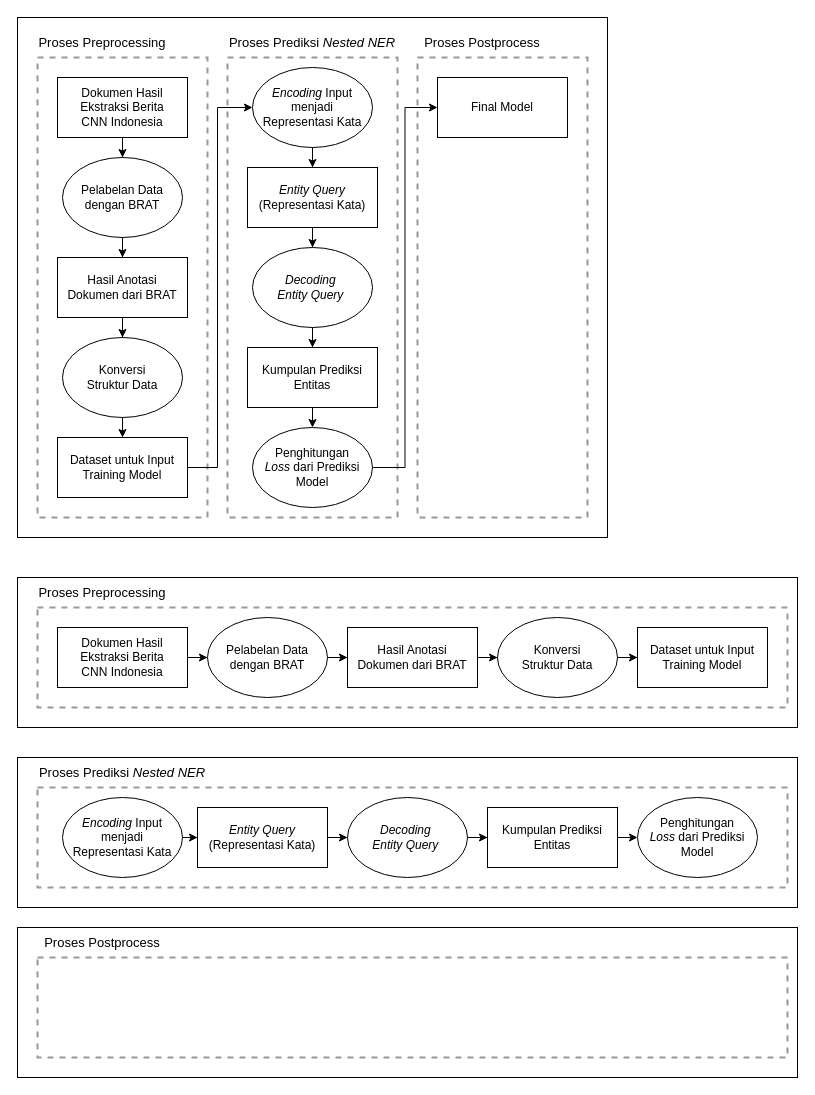
This is REFERENCES/Bab 3/[TA] Arsitektur Sistem.drawio from nikkivalen/buku_ta_lagi, a draw.io file, before an edit. Source tidied: cells renumbered, new cells numbered last; positions are measured from the earlier drawing's top-left corner, leaving out a move shared by most shapes. Both pictures are drawn from the tidied source at 100%, with x=0, y=0 at pixel (17, 17).
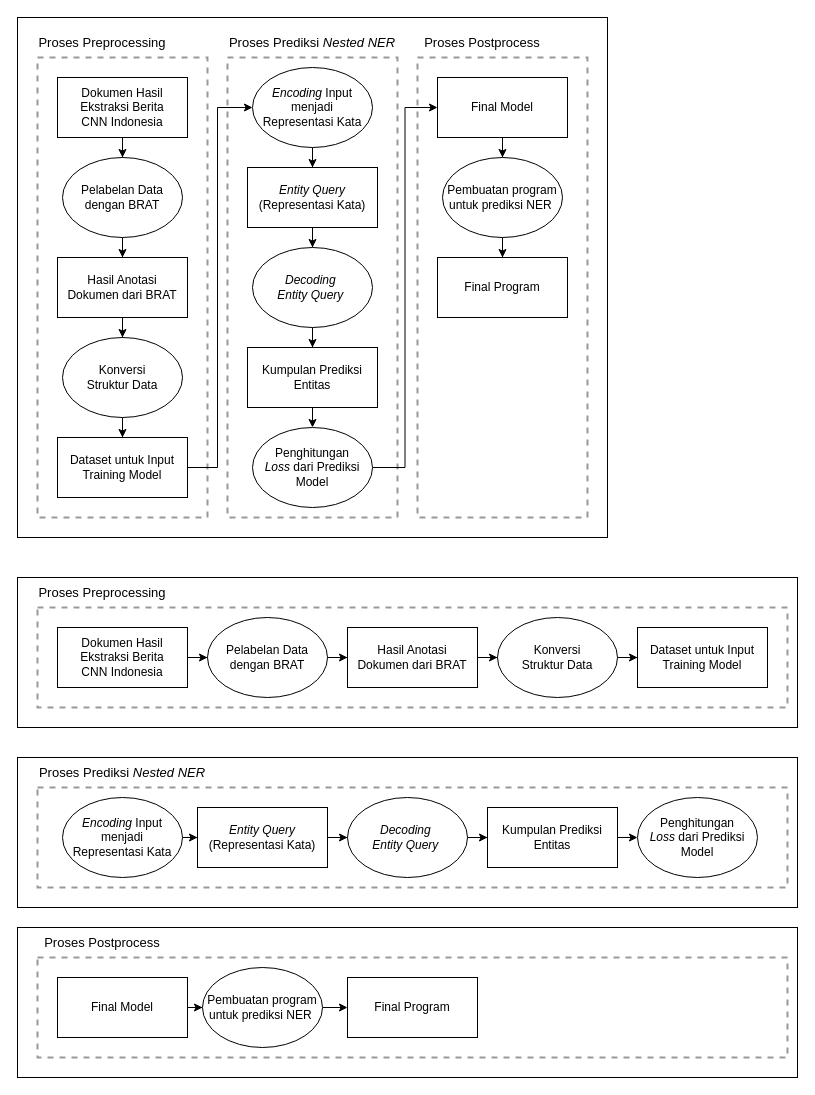
Above is the later version.

The change refers to these unchanged cells:
```xml
<mxCell id="27" value="Final Model" style="rounded=0;whiteSpace=wrap;html=1;" parent="1" vertex="1">
  <mxGeometry x="420" y="60" width="130" height="60" as="geometry" />
</mxCell>
```

Diff of the diagram source:
```diff
@@
+    <mxCell id="57" style="edgeStyle=orthogonalEdgeStyle;rounded=0;jettySize=auto;html=1;" parent="1" edge="1" source="27" target="59">
+      <mxGeometry relative="1" as="geometry" />
+    </mxCell>
@@
+    <mxCell id="58" style="edgeStyle=orthogonalEdgeStyle;rounded=0;jettySize=auto;html=1;" parent="1" edge="1" source="59" target="60">
+      <mxGeometry relative="1" as="geometry" />
+    </mxCell>
+    <mxCell id="59" value="Pembuatan program untuk prediksi NER&amp;nbsp;" style="ellipse;whiteSpace=wrap;html=1;" parent="1" vertex="1">
+      <mxGeometry x="425" y="140" width="120" height="80" as="geometry" />
+    </mxCell>
+    <mxCell id="60" value="Final Program" style="rounded=0;whiteSpace=wrap;html=1;" parent="1" vertex="1">
+      <mxGeometry x="420" y="240" width="130" height="60" as="geometry" />
+    </mxCell>
+    <mxCell id="61" style="edgeStyle=orthogonalEdgeStyle;rounded=0;jettySize=auto;html=1;" parent="1" edge="1" source="62" target="64">
+      <mxGeometry relative="1" as="geometry" />
+    </mxCell>
+    <mxCell id="62" value="Final Model" style="rounded=0;whiteSpace=wrap;html=1;" parent="1" vertex="1">
+      <mxGeometry x="40" y="960" width="130" height="60" as="geometry" />
+    </mxCell>
+    <mxCell id="63" style="edgeStyle=orthogonalEdgeStyle;rounded=0;jettySize=auto;html=1;" parent="1" edge="1" source="64" target="65">
+      <mxGeometry relative="1" as="geometry" />
+    </mxCell>
+    <mxCell id="64" value="Pembuatan program untuk prediksi NER&amp;nbsp;" style="ellipse;whiteSpace=wrap;html=1;" parent="1" vertex="1">
+      <mxGeometry x="185" y="950" width="120" height="80" as="geometry" />
+    </mxCell>
+    <mxCell id="65" value="Final Program" style="rounded=0;whiteSpace=wrap;html=1;" parent="1" vertex="1">
+      <mxGeometry x="330" y="960" width="130" height="60" as="geometry" />
+    </mxCell>
```
